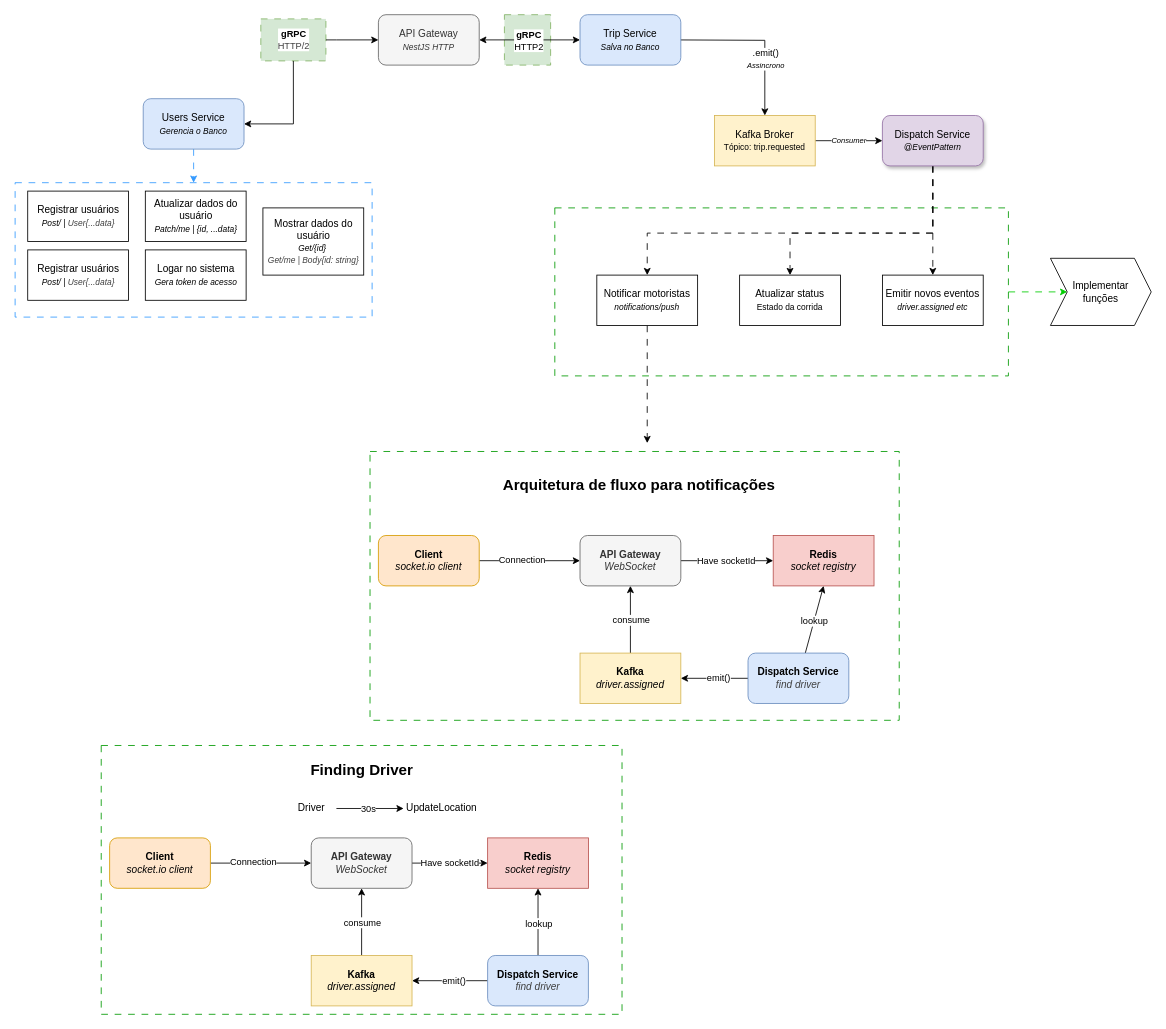
MathVans/Uber_Microsservices keeps this draw.io diagram as trip.requested.drawio. Above is the earlier version. Source tidied: cells renumbered, new cells numbered last; positions are measured from the earlier drawing's top-left corner, leaving out a move shared by most shapes. Both pictures are drawn from the tidied source at 84%, with x=0, y=0 at pixel (15, 14).
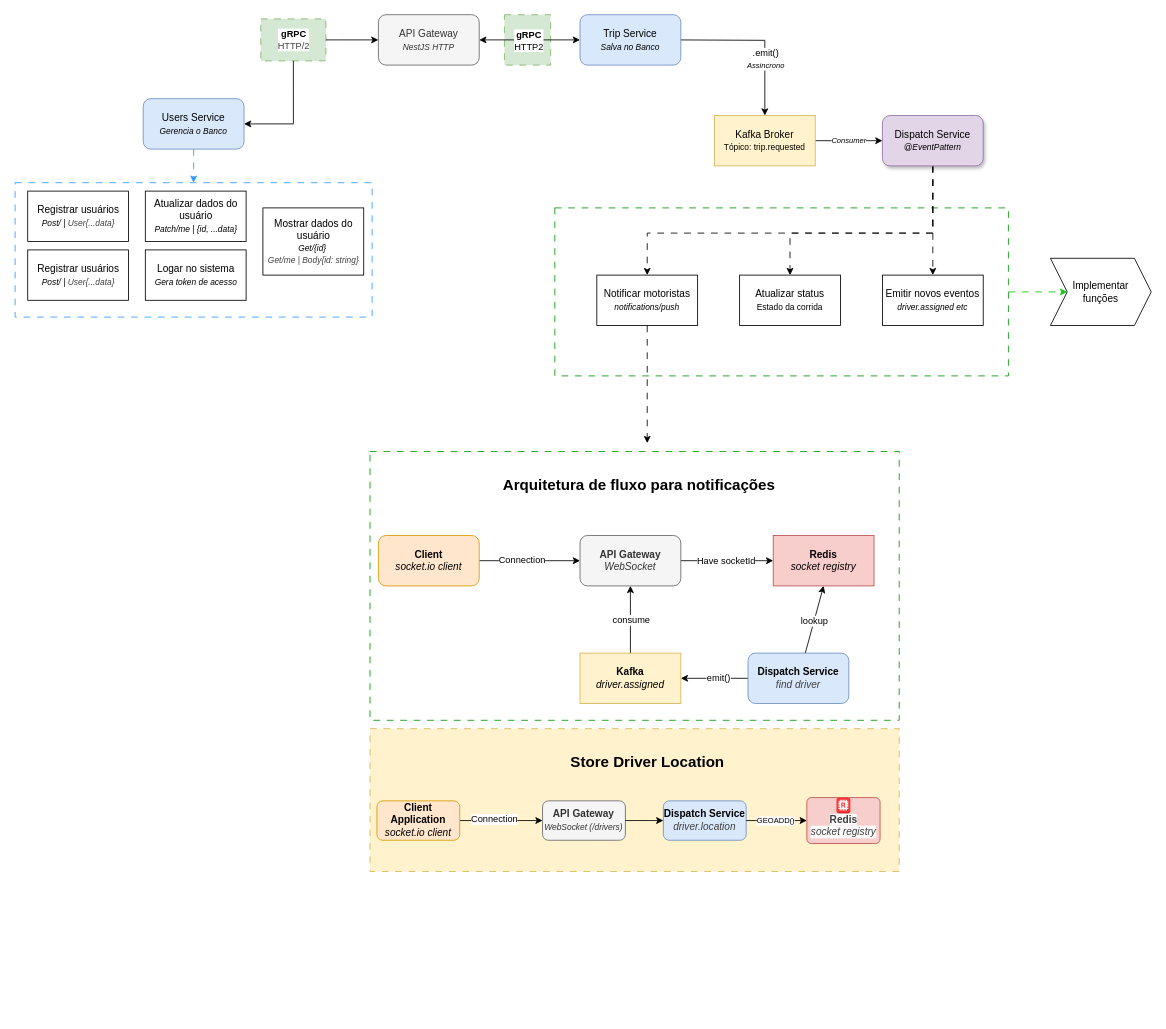
The same diagram, later.

Commit message (it also covers changes not shown here):
chore(removing): Removing dtos and entity from dispatch

Change to the diagram source:
```diff
@@
+    <mxCell id="72" style="group;" parent="1" vertex="1">
+      <mxGeometry x="422" y="850" width="660" height="250" as="geometry" />
+    </mxCell>
-    <mxCell id="51" style="rounded=0;whiteSpace=wrap;html=1;fillColor=none;dashed=1;dashPattern=8 8;shadow=0;glass=0;perimeterSpacing=0;strokeColor=light-dark(#009900,#80FF00);strokeWidth=1;" parent="1" vertex="1">
-      <mxGeometry x="102" y="870" width="620" height="320" as="geometry" />
+    <mxCell id="51" style="rounded=0;whiteSpace=wrap;html=1;fillColor=#fff2cc;dashed=1;dashPattern=8 8;shadow=0;glass=0;perimeterSpacing=0;strokeColor=#d6b656;strokeWidth=1;" parent="72" vertex="1">
+      <mxGeometry width="630" height="170" as="geometry" />
     </mxCell>
-    <mxCell id="52" value="Finding Driver" style="text;html=1;align=center;verticalAlign=middle;strokeColor=none;fillColor=none;fontStyle=1;fontSize=18;" parent="1" vertex="1">
-      <mxGeometry x="342" y="880" width="140" height="40" as="geometry" />
+    <mxCell id="52" value="Store Driver Location" style="text;html=1;align=center;verticalAlign=middle;strokeColor=none;fillColor=none;fontStyle=1;fontSize=18;" parent="72" vertex="1">
+      <mxGeometry x="235" y="20" width="190" height="40" as="geometry" />
     </mxCell>
-    <mxCell id="53" style="edgeStyle=none;html=1;" parent="1" edge="1" source="55" target="58">
+    <mxCell id="53" style="edgeStyle=none;html=1;" parent="72" edge="1" source="55" target="58">
       <mxGeometry relative="1" as="geometry" />
     </mxCell>
@@
-    <mxCell id="55" value="&lt;b&gt;Client&lt;/b&gt;&lt;div&gt;&lt;i&gt;socket.io client&lt;/i&gt;&lt;/div&gt;" style="rounded=1;whiteSpace=wrap;html=1;fillColor=#ffe6cc;strokeColor=#d79b00;" parent="1" vertex="1">
-      <mxGeometry x="112" y="980" width="120" height="60" as="geometry" />
+    <mxCell id="55" value="&lt;b&gt;Client Application&lt;/b&gt;&lt;div&gt;&lt;i&gt;socket.io client&lt;/i&gt;&lt;/div&gt;" style="rounded=1;whiteSpace=wrap;html=1;fillColor=#ffe6cc;strokeColor=#d79b00;" parent="72" vertex="1">
+      <mxGeometry x="8.2" y="85.9" width="98.6" height="46.9" as="geometry" />
     </mxCell>
-    <mxCell id="56" style="edgeStyle=none;html=1;" parent="1" edge="1" source="58" target="59">
-      <mxGeometry relative="1" as="geometry" />
-    </mxCell>
-    <mxCell id="57" value="Have socketId" style="edgeLabel;html=1;align=center;verticalAlign=middle;" parent="56" vertex="1">
-      <mxGeometry x="-0.03" y="1" relative="1" as="geometry" />
-    </mxCell>
-    <mxCell id="58" value="&lt;b&gt;API Gateway&lt;/b&gt;&lt;div&gt;&lt;i&gt;WebSocket&lt;/i&gt;&lt;/div&gt;" style="rounded=1;whiteSpace=wrap;html=1;fillColor=#f5f5f5;fontColor=#333333;strokeColor=#666666;" parent="1" vertex="1">
-      <mxGeometry x="352" y="980" width="120" height="60" as="geometry" />
+    <mxCell id="58" value="&lt;b&gt;API Gateway&lt;/b&gt;&lt;div&gt;&lt;i&gt;&lt;font style=&quot;font-size: 10px;&quot;&gt;WebSocket (/drivers)&lt;/font&gt;&lt;/i&gt;&lt;/div&gt;" style="rounded=1;whiteSpace=wrap;html=1;fillColor=#f5f5f5;fontColor=#333333;strokeColor=#666666;" parent="72" vertex="1">
+      <mxGeometry x="205.4" y="85.9" width="98.6" height="46.9" as="geometry" />
     </mxCell>
-    <mxCell id="59" value="&lt;b&gt;Redis&lt;/b&gt;&lt;div&gt;&lt;i&gt;socket registry&lt;/i&gt;&lt;/div&gt;" style="rounded=0;whiteSpace=wrap;html=1;fillColor=#f8cecc;strokeColor=#b85450;" parent="1" vertex="1">
-      <mxGeometry x="562" y="980" width="120" height="60" as="geometry" />
-    </mxCell>
-    <mxCell id="60" style="edgeStyle=none;html=1;" parent="1" edge="1" source="64" target="67">
-      <mxGeometry relative="1" as="geometry" />
-    </mxCell>
-    <mxCell id="61" value="emit()" style="edgeLabel;html=1;align=center;verticalAlign=middle;" parent="60" vertex="1">
-      <mxGeometry x="-0.1" y="-1" relative="1" as="geometry" />
-    </mxCell>
+    <mxCell id="64" value="&lt;b&gt;Dispatch Service&lt;/b&gt;&lt;div&gt;&lt;i style=&quot;color: rgb(63, 63, 63); background-color: transparent;&quot;&gt;driver.location&lt;/i&gt;&lt;/div&gt;" style="rounded=1;whiteSpace=wrap;html=1;fillColor=#dae8fc;strokeColor=#6c8ebf;" parent="72" vertex="1">
+      <mxGeometry x="349.2" y="85.9" width="98.6" height="46.9" as="geometry" />
+    </mxCell>
+    <mxCell id="73" style="edgeStyle=none;html=1;" parent="72" edge="1" source="58" target="64">
+      <mxGeometry relative="1" as="geometry" />
+    </mxCell>
-    <mxCell id="62" style="edgeStyle=none;html=1;entryX=0.5;entryY=1;entryDx=0;entryDy=0;" parent="1" edge="1" source="64" target="59">
+    <mxCell id="62" style="edgeStyle=none;html=1;entryX=0;entryY=0.5;entryDx=0;entryDy=0;" parent="72" edge="1" source="64" target="59">
       <mxGeometry relative="1" as="geometry" />
     </mxCell>
-    <mxCell id="63" value="lookup" style="edgeLabel;html=1;align=center;verticalAlign=middle;" parent="62" vertex="1">
+    <mxCell id="63" value="GEOADD()" style="edgeLabel;html=1;align=center;verticalAlign=middle;fontSize=9;" parent="62" vertex="1">
       <mxGeometry x="-0.03" relative="1" as="geometry" />
     </mxCell>
-    <mxCell id="64" value="&lt;b&gt;Dispatch Service&lt;/b&gt;&lt;div&gt;&lt;i style=&quot;color: rgb(63, 63, 63); background-color: transparent;&quot;&gt;find driver&lt;/i&gt;&lt;/div&gt;" style="rounded=1;whiteSpace=wrap;html=1;fillColor=#dae8fc;strokeColor=#6c8ebf;" parent="1" vertex="1">
-      <mxGeometry x="562" y="1120" width="120" height="60" as="geometry" />
-    </mxCell>
-    <mxCell id="65" style="edgeStyle=none;html=1;entryX=0.5;entryY=1;entryDx=0;entryDy=0;" parent="1" edge="1" source="67" target="58">
-      <mxGeometry relative="1" as="geometry" />
-    </mxCell>
-    <mxCell id="66" value="consume" style="edgeLabel;html=1;align=center;verticalAlign=middle;" parent="65" vertex="1">
-      <mxGeometry relative="1" as="geometry" />
-    </mxCell>
-    <mxCell id="67" value="&lt;b&gt;Kafka&lt;/b&gt;&lt;div&gt;&lt;i&gt;driver.assigned&lt;/i&gt;&lt;/div&gt;" style="rounded=0;whiteSpace=wrap;html=1;fillColor=#fff2cc;strokeColor=#d6b656;" parent="1" vertex="1">
-      <mxGeometry x="352" y="1120" width="120" height="60" as="geometry" />
-    </mxCell>
-    <mxCell id="68" value="Driver" style="text;html=1;align=center;verticalAlign=middle;points=[];strokeColor=none;fillColor=none;" parent="1" vertex="1">
-      <mxGeometry x="322" y="930" width="60" height="30" as="geometry" />
-    </mxCell>
-    <mxCell id="69" value="UpdateLocation" style="text;html=1;align=center;verticalAlign=middle;points=[];strokeColor=none;fillColor=none;" parent="1" vertex="1">
-      <mxGeometry x="452" y="930" width="110" height="30" as="geometry" />
-    </mxCell>
-    <mxCell id="70" style="edgeStyle=none;html=1;entryX=0.091;entryY=0.5;entryDx=0;entryDy=0;entryPerimeter=0;" parent="1" edge="1" source="68" target="69">
-      <mxGeometry relative="1" as="geometry" />
-    </mxCell>
-    <mxCell id="71" value="30s" style="edgeLabel;html=1;align=center;verticalAlign=middle;" parent="70" vertex="1">
-      <mxGeometry x="-0.07" relative="1" as="geometry" />
-    </mxCell>
+    <mxCell id="59" style="rounded=1;whiteSpace=wrap;html=1;fillColor=#f8cecc;strokeColor=#b85450;arcSize=10;" parent="72" vertex="1">
+      <mxGeometry x="520" y="82" width="87.2" height="54.7" as="geometry" />
+    </mxCell>
+    <mxCell id="74" value="&lt;b style=&quot;forced-color-adjust: none; color: rgb(63, 63, 63); scrollbar-color: rgb(226, 226, 226) rgb(251, 251, 251); font-family: Helvetica; font-size: 12px; font-style: normal; font-variant-ligatures: normal; font-variant-caps: normal; letter-spacing: normal; orphans: 2; text-indent: 0px; text-transform: none; widows: 2; word-spacing: 0px; -webkit-text-stroke-width: 0px; white-space: normal; background-color: rgb(251, 251, 251); text-decoration-thickness: initial; text-decoration-style: initial; text-decoration-color: initial;&quot;&gt;Redis&lt;/b&gt;&lt;div style=&quot;forced-color-adjust: none; color: rgb(63, 63, 63); scrollbar-color: rgb(226, 226, 226) rgb(251, 251, 251); font-family: Helvetica; font-size: 12px; font-style: normal; font-variant-ligatures: normal; font-variant-caps: normal; font-weight: 400; letter-spacing: normal; orphans: 2; text-indent: 0px; text-transform: none; widows: 2; word-spacing: 0px; -webkit-text-stroke-width: 0px; white-space: normal; background-color: rgb(251, 251, 251); text-decoration-thickness: initial; text-decoration-style: initial; text-decoration-color: initial;&quot;&gt;&lt;i style=&quot;forced-color-adjust: none; color: rgb(63, 63, 63); scrollbar-color: rgb(226, 226, 226) rgb(251, 251, 251);&quot;&gt;socket registry&lt;/i&gt;&lt;/div&gt;" style="text;whiteSpace=wrap;html=1;align=center;" parent="72" vertex="1">
+      <mxGeometry x="521.6" y="95.3" width="84" height="28.2" as="geometry" />
+    </mxCell>
+    <mxCell id="75" style="dashed=0;verticalLabelPosition=bottom;verticalAlign=top;align=center;html=1;shape=mxgraph.aws3.redis;fillColor=#FF3333;strokeColor=#b85450;" parent="72" vertex="1">
+      <mxGeometry x="555.3" y="82" width="16.5" height="18.6" as="geometry" />
+    </mxCell>
```
